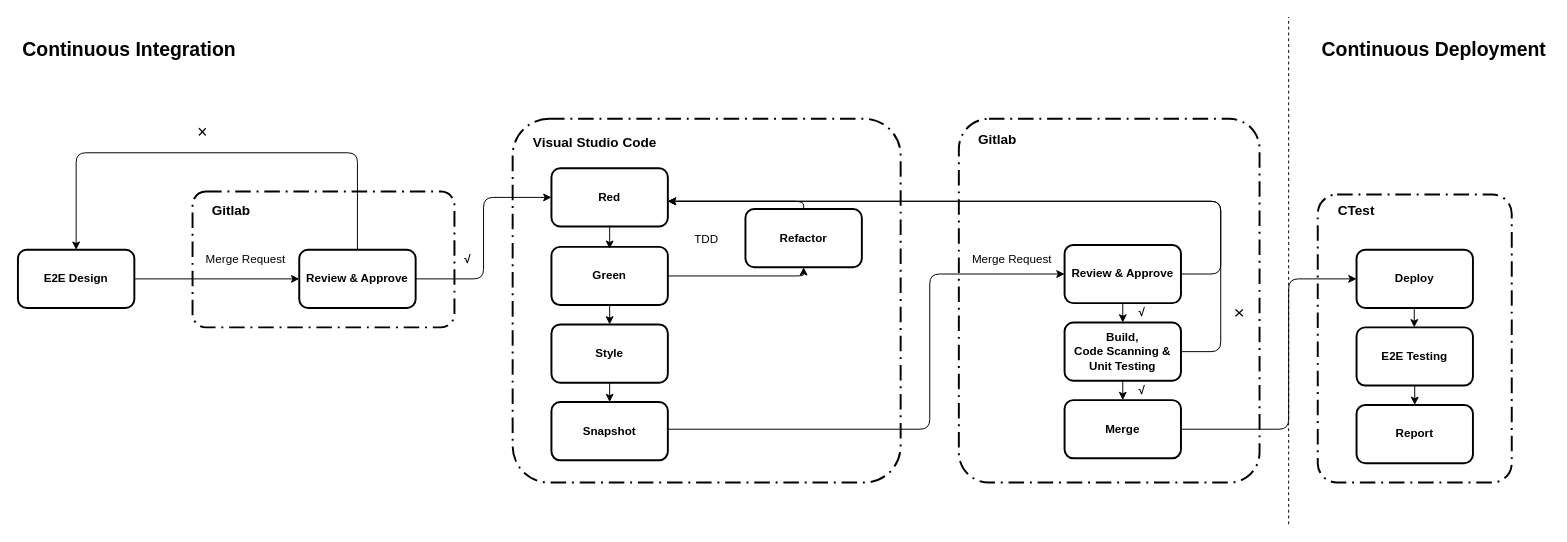
Before: page "第 1 页" (1 of 2) of 未命名绘图.drawio in JaneZhang2/halo, a draw.io diagram. Source tidied: cells renumbered, new cells numbered last; positions are measured from the earlier drawing's top-left corner, leaving out a move shared by most shapes. Both pictures are drawn from the tidied source at 97%, with x=0, y=0 at pixel (17, 16).
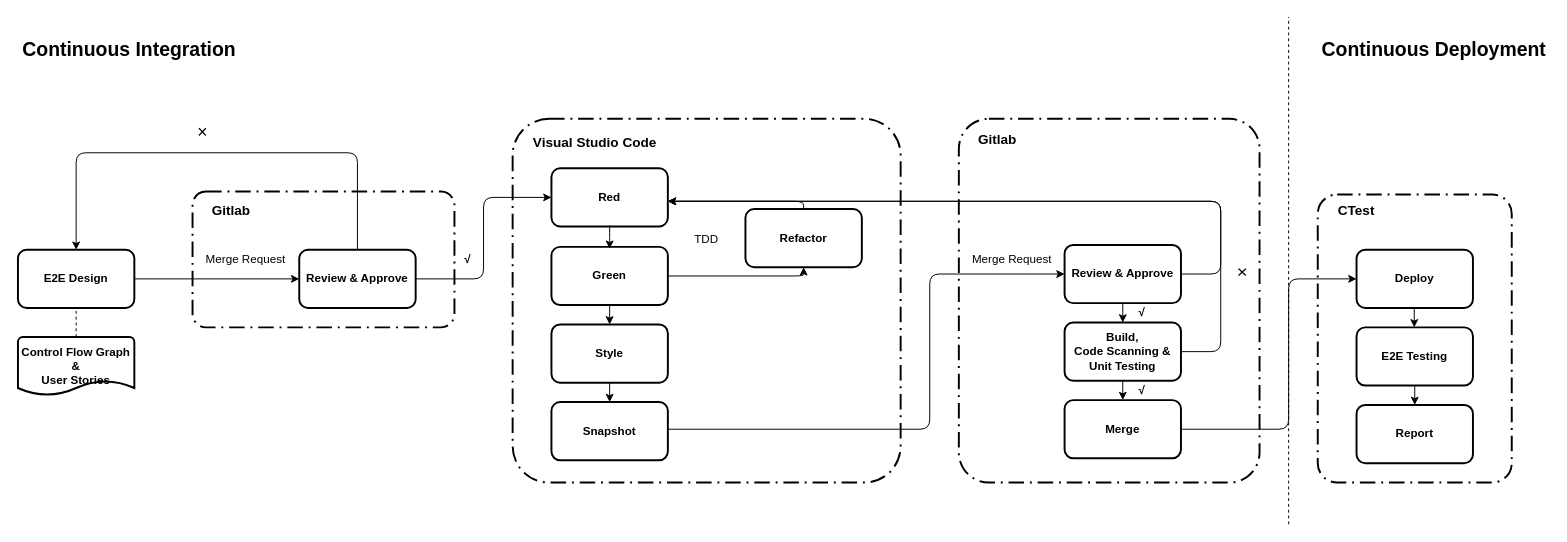
Above is the later version.

Commit message:
已添加 未命名绘图.drawio

The change refers to these unchanged cells:
```xml
<mxCell id="7" value="&lt;b&gt;E2E Design&lt;/b&gt;" style="rounded=1;whiteSpace=wrap;html=1;sketch=0;strokeWidth=2;fillColor=none;" parent="1" vertex="1">
  <mxGeometry y="240" width="120" height="60" as="geometry" />
</mxCell>
```

Diff of the diagram source:
```diff
@@
     <mxCell id="25" value="&lt;font style=&quot;font-size: 18px&quot;&gt;×&lt;/font&gt;" style="text;html=1;align=center;verticalAlign=middle;rotation=90;" parent="1" vertex="1">
-      <mxGeometry x="1244" y="295" width="30" height="20" as="geometry" />
+      <mxGeometry x="1247" y="253" width="30" height="20" as="geometry" />
     </mxCell>
@@
+    <mxCell id="50" value="&lt;b&gt;Control Flow Graph &amp;amp;&lt;br&gt;User Stories&lt;/b&gt;" style="strokeWidth=2;html=1;shape=mxgraph.flowchart.document2;whiteSpace=wrap;size=0.25;" parent="1" vertex="1">
+      <mxGeometry y="330" width="120" height="60" as="geometry" />
+    </mxCell>
+    <mxCell id="51" style="endArrow=none;dashed=1;html=1;entryX=0.5;entryY=1;entryDx=0;entryDy=0;" parent="1" edge="1" source="50" target="7">
+      <mxGeometry relative="1" as="geometry" />
+    </mxCell>
```
